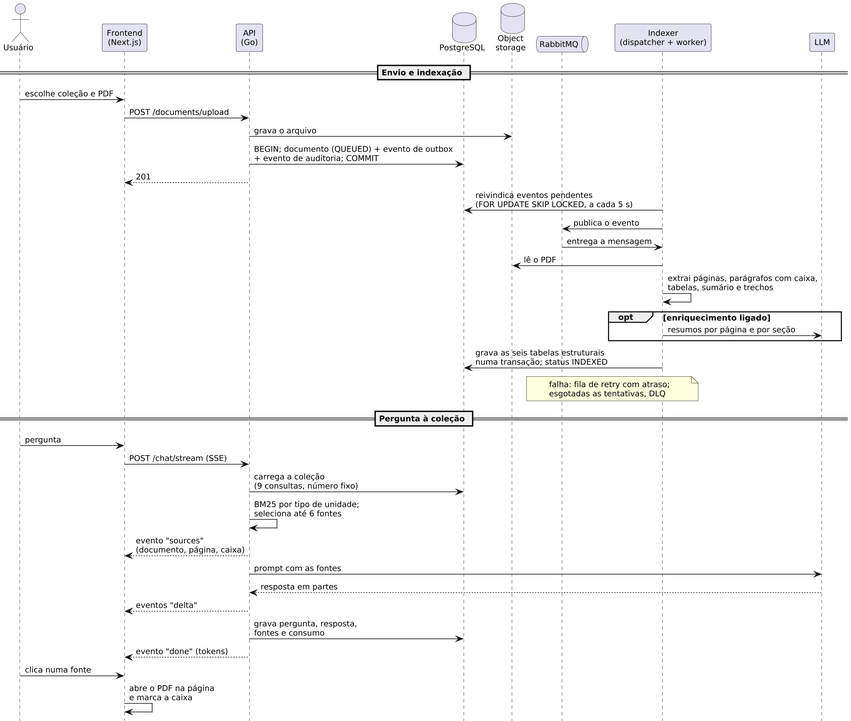
Before: docs/article/anexos/diagramas/sequencia.png, a diagram exported from PlantUML (EduardoMG12/ThingIndex). Its source is kept beside it as docs/article/anexos/diagramas/sequencia.puml. Source of this version:
```plantuml
@startuml
skinparam dpi 200
skinparam shadowing false
skinparam defaultFontName Helvetica
skinparam defaultFontSize 12
skinparam sequenceMessageAlign left
hide footbox

actor "Usuário" as U
participant "Frontend\n(Next.js)" as F
participant "API\n(Go)" as A
database "PostgreSQL" as P
database "Object\nstorage" as S
queue "RabbitMQ" as R
participant "Indexer\n(dispatcher + worker)" as W
participant "LLM" as L

== Envio e indexação ==
U -> F : escolhe coleção e PDF
F -> A : POST /documents/upload
A -> S : grava o arquivo
A -> P : BEGIN; documento (QUEUED) + evento de outbox\n+ evento de auditoria; COMMIT
A --> F : 201
W -> P : reivindica eventos pendentes\n(FOR UPDATE SKIP LOCKED, a cada 5 s)
W -> R : publica o evento
R -> W : entrega a mensagem
W -> S : lê o PDF
W -> W : extrai páginas, parágrafos com caixa,\ntabelas, sumário e trechos
opt enriquecimento ligado
  W -> L : resumos por página e por seção
end
W -> P : grava as seis tabelas estruturais\nnuma transação; status INDEXED
note over W, R : falha: fila de retry com atraso;\nesgotadas as tentativas, DLQ

== Pergunta à coleção ==
U -> F : pergunta
F -> A : POST /chat/stream (SSE)
A -> P : carrega a coleção\n(9 consultas, número fixo)
A -> A : BM25 por tipo de unidade;\nseleciona até 6 fontes
A --> F : evento "sources"\n(documento, página, caixa)
A -> L : prompt com as fontes
L --> A : resposta em partes
A --> F : eventos "delta"
A -> P : grava pergunta, resposta,\nfontes e consumo
A --> F : evento "done" (tokens)
U -> F : clica numa fonte
F -> F : abre o PDF na página\ne marca a caixa
@enduml
```
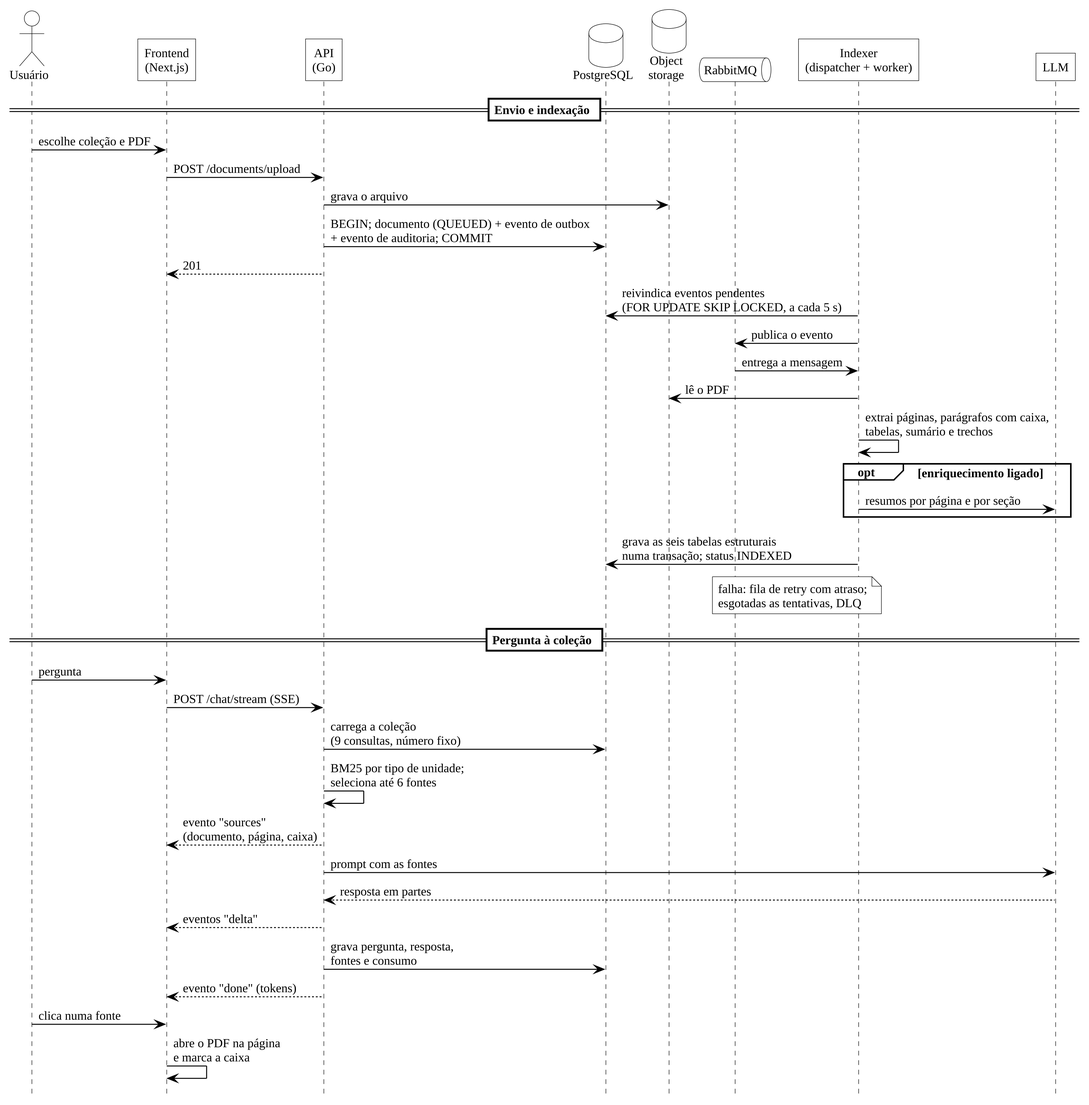
Later version of the same file.

Diff of the diagram source:
```diff
@@ -1,8 +1,6 @@
 @startuml
-skinparam dpi 200
-skinparam shadowing false
-skinparam defaultFontName Helvetica
-skinparam defaultFontSize 12
+!include estilo.iuml
+skinparam defaultFontSize 13
 skinparam sequenceMessageAlign left
 hide footbox
 
```
